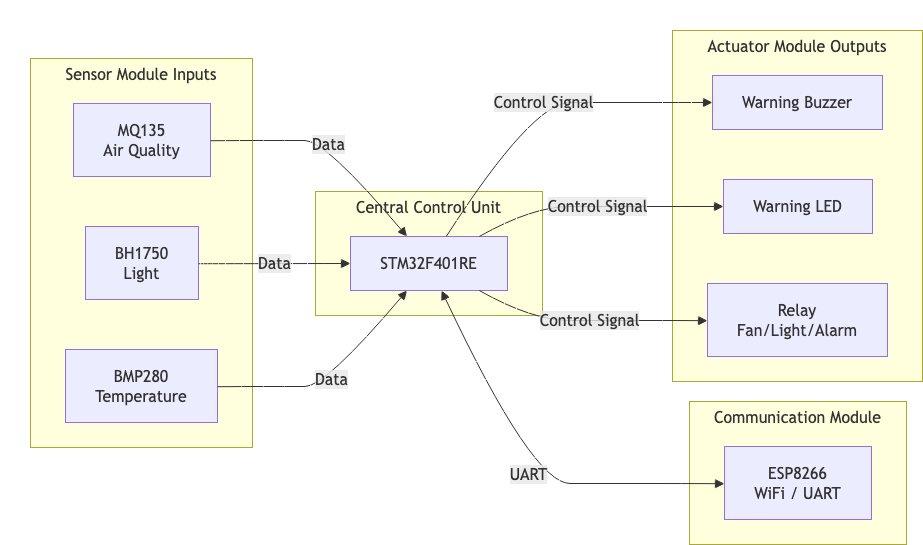
This is docs/architecture/stm32-architecture.png from jostran1406/Phase_2_Group_11, a draw.io export, as it was before one commit. Source tidied: cells renumbered, new cells last; positions are measured from the earlier drawing's top-left corner, leaving out a move shared by most shapes.
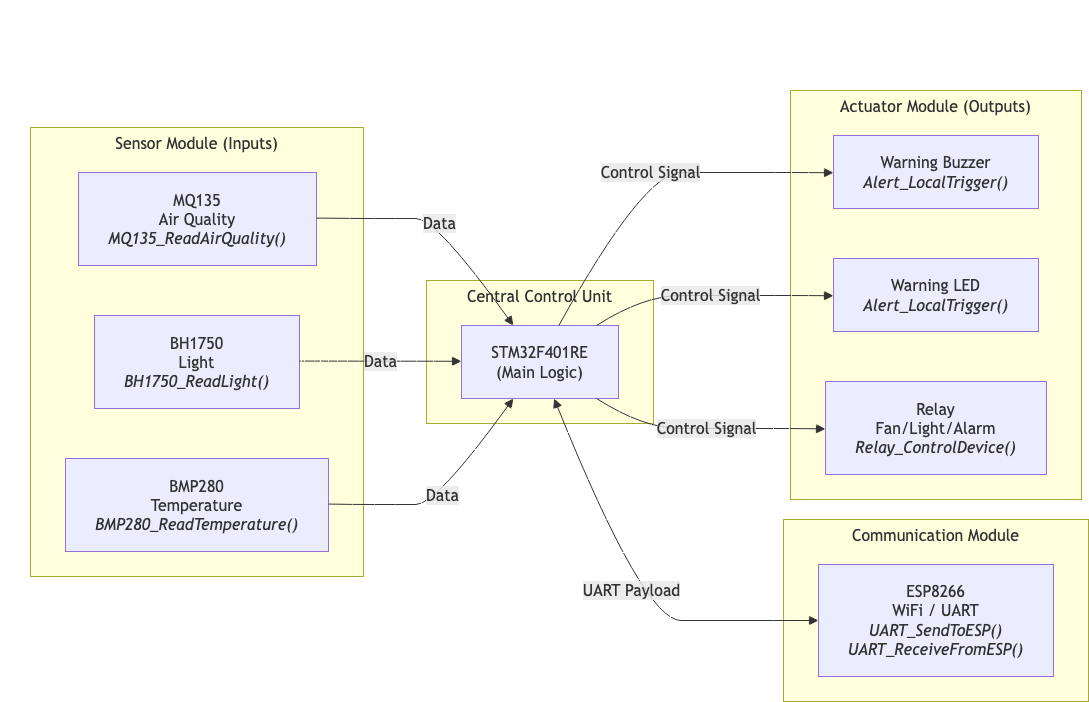
The same diagram one commit later.

What changed in the source:
```diff
@@ -5,98 +5,98 @@
     <mxCell id="2" style="group;transparentBounds=1;editIcon=1;lockedGroup=0;groupPadding=10;" parent="1" vertex="1">
       <mxGeometry as="geometry" />
     </mxCell>
-    <mxCell id="3" value="Sensor Module Inputs" style="html=1;whiteSpace=wrap;strokeWidth=1;verticalAlign=top;fillColor=light-dark(#ffffde,#1f2020);strokeColor=light-dark(#aaaa33,#cccccc);fontColor=light-dark(#333333,#cccccc);fontFamily=Trebuchet MS,Verdana,Arial,sans-serif;fontSize=16;" parent="2" vertex="1">
-      <mxGeometry x="30" y="58" width="222" height="389" as="geometry" />
-    </mxCell>
-    <mxCell id="4" value="BMP280&#10;Temperature" style="html=1;whiteSpace=wrap;strokeWidth=1;fillColor=light-dark(#ECECFF,#1f2020);strokeColor=light-dark(#9370DB,#cccccc);fontColor=light-dark(#333333,#cccccc);fontFamily=Trebuchet MS,Verdana,Arial,sans-serif;fontSize=16;" parent="3" vertex="1">
-      <mxGeometry x="35" y="291" width="152" height="73" as="geometry" />
-    </mxCell>
-    <mxCell id="5" value="BH1750&#10;Light" style="html=1;whiteSpace=wrap;strokeWidth=1;fillColor=light-dark(#ECECFF,#1f2020);strokeColor=light-dark(#9370DB,#cccccc);fontColor=light-dark(#333333,#cccccc);fontFamily=Trebuchet MS,Verdana,Arial,sans-serif;fontSize=16;" parent="3" vertex="1">
-      <mxGeometry x="55" y="168" width="113" height="73" as="geometry" />
-    </mxCell>
-    <mxCell id="6" value="MQ135&#10;Air Quality" style="html=1;whiteSpace=wrap;strokeWidth=1;fillColor=light-dark(#ECECFF,#1f2020);strokeColor=light-dark(#9370DB,#cccccc);fontColor=light-dark(#333333,#cccccc);fontFamily=Trebuchet MS,Verdana,Arial,sans-serif;fontSize=16;" parent="3" vertex="1">
-      <mxGeometry x="43" y="45" width="137" height="73" as="geometry" />
-    </mxCell>
+    <mxCell id="22" value="Sensor Module (Inputs)" style="html=1;whiteSpace=wrap;strokeWidth=1;verticalAlign=top;fillColor=light-dark(#ffffde,#1f2020);strokeColor=light-dark(#aaaa33,#cccccc);fontColor=light-dark(#333333,#cccccc);fontFamily=Trebuchet MS,Verdana,Arial,sans-serif;fontSize=16;" parent="2" vertex="1">
+      <mxGeometry x="30" y="127" width="333" height="449" as="geometry" />
+    </mxCell>
+    <mxCell id="23" value="BMP280&#10;Temperature&#10;&lt;i&gt;BMP280_ReadTemperature()&lt;/i&gt;" style="html=1;whiteSpace=wrap;strokeWidth=1;fillColor=light-dark(#ECECFF,#1f2020);strokeColor=light-dark(#9370DB,#cccccc);fontColor=light-dark(#333333,#cccccc);fontFamily=Trebuchet MS,Verdana,Arial,sans-serif;fontSize=16;" parent="22" vertex="1">
+      <mxGeometry x="35" y="331" width="263" height="93" as="geometry" />
+    </mxCell>
+    <mxCell id="24" value="BH1750&#10;Light&#10;&lt;i&gt;BH1750_ReadLight()&lt;/i&gt;" style="html=1;whiteSpace=wrap;strokeWidth=1;fillColor=light-dark(#ECECFF,#1f2020);strokeColor=light-dark(#9370DB,#cccccc);fontColor=light-dark(#333333,#cccccc);fontFamily=Trebuchet MS,Verdana,Arial,sans-serif;fontSize=16;" parent="22" vertex="1">
+      <mxGeometry x="64" y="188" width="205" height="93" as="geometry" />
+    </mxCell>
+    <mxCell id="25" value="MQ135&#10;Air Quality&#10;&lt;i&gt;MQ135_ReadAirQuality()&lt;/i&gt;" style="html=1;whiteSpace=wrap;strokeWidth=1;fillColor=light-dark(#ECECFF,#1f2020);strokeColor=light-dark(#9370DB,#cccccc);fontColor=light-dark(#333333,#cccccc);fontFamily=Trebuchet MS,Verdana,Arial,sans-serif;fontSize=16;" parent="22" vertex="1">
+      <mxGeometry x="48" y="45" width="238" height="93" as="geometry" />
+    </mxCell>
     <mxCell id="7" value="Central Control Unit" style="html=1;whiteSpace=wrap;strokeWidth=1;verticalAlign=top;fillColor=light-dark(#ffffde,#1f2020);strokeColor=light-dark(#aaaa33,#cccccc);fontColor=light-dark(#333333,#cccccc);fontFamily=Trebuchet MS,Verdana,Arial,sans-serif;fontSize=16;" parent="2" vertex="1">
-      <mxGeometry x="315" y="191" width="227" height="124" as="geometry" />
+      <mxGeometry x="426" y="280" width="227" height="143" as="geometry" />
     </mxCell>
-    <mxCell id="8" value="STM32F401RE" style="html=1;whiteSpace=wrap;strokeWidth=1;fillColor=light-dark(#ECECFF,#1f2020);strokeColor=light-dark(#9370DB,#cccccc);fontColor=light-dark(#333333,#cccccc);fontFamily=Trebuchet MS,Verdana,Arial,sans-serif;fontSize=16;" parent="7" vertex="1">
-      <mxGeometry x="35" y="45" width="157" height="54" as="geometry" />
-    </mxCell>
+    <mxCell id="26" value="STM32F401RE&#10;(Main Logic)" style="html=1;whiteSpace=wrap;strokeWidth=1;fillColor=light-dark(#ECECFF,#1f2020);strokeColor=light-dark(#9370DB,#cccccc);fontColor=light-dark(#333333,#cccccc);fontFamily=Trebuchet MS,Verdana,Arial,sans-serif;fontSize=16;" parent="7" vertex="1">
+      <mxGeometry x="35" y="45" width="157" height="73" as="geometry" />
+    </mxCell>
     <mxCell id="9" value="Communication Module" style="html=1;whiteSpace=wrap;strokeWidth=1;verticalAlign=top;fillColor=light-dark(#ffffde,#1f2020);strokeColor=light-dark(#aaaa33,#cccccc);fontColor=light-dark(#333333,#cccccc);fontFamily=Trebuchet MS,Verdana,Arial,sans-serif;fontSize=16;" parent="2" vertex="1">
-      <mxGeometry x="689" y="401" width="217" height="143" as="geometry" />
+      <mxGeometry x="783" y="519" width="305" height="182" as="geometry" />
     </mxCell>
-    <mxCell id="10" value="ESP8266&#10;WiFi / UART" style="html=1;whiteSpace=wrap;strokeWidth=1;fillColor=light-dark(#ECECFF,#1f2020);strokeColor=light-dark(#9370DB,#cccccc);fontColor=light-dark(#333333,#cccccc);fontFamily=Trebuchet MS,Verdana,Arial,sans-serif;fontSize=16;" parent="9" vertex="1">
-      <mxGeometry x="35" y="45" width="147" height="73" as="geometry" />
-    </mxCell>
-    <mxCell id="11" value="Actuator Module Outputs" style="html=1;whiteSpace=wrap;strokeWidth=1;verticalAlign=top;fillColor=light-dark(#ffffde,#1f2020);strokeColor=light-dark(#aaaa33,#cccccc);fontColor=light-dark(#333333,#cccccc);fontFamily=Trebuchet MS,Verdana,Arial,sans-serif;fontSize=16;" parent="2" vertex="1">
-      <mxGeometry x="672" y="30" width="250" height="351" as="geometry" />
-    </mxCell>
-    <mxCell id="12" value="Relay&#10;Fan/Light/Alarm" style="html=1;whiteSpace=wrap;strokeWidth=1;fillColor=light-dark(#ECECFF,#1f2020);strokeColor=light-dark(#9370DB,#cccccc);fontColor=light-dark(#333333,#cccccc);fontFamily=Trebuchet MS,Verdana,Arial,sans-serif;fontSize=16;" parent="11" vertex="1">
-      <mxGeometry x="35" y="253" width="180" height="73" as="geometry" />
-    </mxCell>
-    <mxCell id="13" value="Warning LED" style="html=1;whiteSpace=wrap;strokeWidth=1;fillColor=light-dark(#ECECFF,#1f2020);strokeColor=light-dark(#9370DB,#cccccc);fontColor=light-dark(#333333,#cccccc);fontFamily=Trebuchet MS,Verdana,Arial,sans-serif;fontSize=16;" parent="11" vertex="1">
-      <mxGeometry x="51" y="149" width="149" height="54" as="geometry" />
-    </mxCell>
-    <mxCell id="14" value="Warning Buzzer" style="html=1;whiteSpace=wrap;strokeWidth=1;fillColor=light-dark(#ECECFF,#1f2020);strokeColor=light-dark(#9370DB,#cccccc);fontColor=light-dark(#333333,#cccccc);fontFamily=Trebuchet MS,Verdana,Arial,sans-serif;fontSize=16;" parent="11" vertex="1">
-      <mxGeometry x="40" y="45" width="170" height="54" as="geometry" />
-    </mxCell>
-    <mxCell id="15" value="Data" style="curved=1;startArrow=none;endArrow=block;endSize=7;strokeColor=light-dark(#333333,#cccccc);html=1;fontSize=16;labelBackgroundColor=light-dark(#E8E8E88D,#2a2a2a8D);fontFamily=Trebuchet MS,Verdana,Arial,sans-serif;fontColor=light-dark(#333333,#cccccc);exitX=1;exitY=0.51;entryX=0.36;entryY=1;rounded=0;" parent="2" edge="1" source="4" target="8">
-      <mxGeometry relative="1" as="geometry">
-        <Array as="points">
-          <mxPoint x="242" y="386" />
-          <mxPoint x="284" y="386" />
-          <mxPoint x="325" y="386" />
-        </Array>
-      </mxGeometry>
-    </mxCell>
-    <mxCell id="16" value="Data" style="curved=1;startArrow=none;endArrow=block;endSize=7;strokeColor=light-dark(#333333,#cccccc);html=1;fontSize=16;labelBackgroundColor=light-dark(#E8E8E88D,#2a2a2a8D);fontFamily=Trebuchet MS,Verdana,Arial,sans-serif;fontColor=light-dark(#333333,#cccccc);exitX=1;exitY=0.51;entryX=0;entryY=0.5;rounded=0;" parent="2" edge="1" source="5" target="8">
-      <mxGeometry relative="1" as="geometry" />
-    </mxCell>
-    <mxCell id="17" value="Data" style="curved=1;startArrow=none;endArrow=block;endSize=7;strokeColor=light-dark(#333333,#cccccc);html=1;fontSize=16;labelBackgroundColor=light-dark(#E8E8E88D,#2a2a2a8D);fontFamily=Trebuchet MS,Verdana,Arial,sans-serif;fontColor=light-dark(#333333,#cccccc);exitX=1;exitY=0.51;entryX=0.36;entryY=0;rounded=0;" parent="2" edge="1" source="6" target="8">
-      <mxGeometry relative="1" as="geometry">
-        <Array as="points">
-          <mxPoint x="242" y="140" />
-          <mxPoint x="284" y="140" />
-          <mxPoint x="325" y="140" />
-        </Array>
-      </mxGeometry>
-    </mxCell>
-    <mxCell id="18" value="UART" style="curved=1;startArrow=block;startSize=7;endArrow=block;endSize=7;strokeColor=light-dark(#333333,#cccccc);html=1;fontSize=16;labelBackgroundColor=light-dark(#E8E8E88D,#2a2a2a8D);fontFamily=Trebuchet MS,Verdana,Arial,sans-serif;fontColor=light-dark(#333333,#cccccc);exitX=0.58;exitY=1;entryX=0;entryY=0.51;rounded=0;" parent="2" edge="1" source="8" target="10">
-      <mxGeometry relative="1" as="geometry">
-        <Array as="points">
-          <mxPoint x="532" y="483" />
-          <mxPoint x="607" y="483" />
-          <mxPoint x="682" y="483" />
-        </Array>
-      </mxGeometry>
-    </mxCell>
-    <mxCell id="19" value="Control Signal" style="curved=1;startArrow=none;endArrow=block;endSize=7;strokeColor=light-dark(#333333,#cccccc);html=1;fontSize=16;labelBackgroundColor=light-dark(#E8E8E88D,#2a2a2a8D);fontFamily=Trebuchet MS,Verdana,Arial,sans-serif;fontColor=light-dark(#333333,#cccccc);exitX=0.82;exitY=1;entryX=0;entryY=0.51;rounded=0;" parent="2" edge="1" source="8" target="12">
-      <mxGeometry relative="1" as="geometry">
-        <Array as="points">
-          <mxPoint x="532" y="320" />
-          <mxPoint x="607" y="320" />
-          <mxPoint x="682" y="320" />
-        </Array>
-      </mxGeometry>
-    </mxCell>
-    <mxCell id="20" value="Control Signal" style="curved=1;startArrow=none;endArrow=block;endSize=7;strokeColor=light-dark(#333333,#cccccc);html=1;fontSize=16;labelBackgroundColor=light-dark(#E8E8E88D,#2a2a2a8D);fontFamily=Trebuchet MS,Verdana,Arial,sans-serif;fontColor=light-dark(#333333,#cccccc);exitX=0.82;exitY=0;entryX=0;entryY=0.5;rounded=0;" parent="2" edge="1" source="8" target="13">
-      <mxGeometry relative="1" as="geometry">
-        <Array as="points">
-          <mxPoint x="532" y="206" />
-          <mxPoint x="607" y="206" />
-          <mxPoint x="682" y="206" />
-        </Array>
-      </mxGeometry>
-    </mxCell>
-    <mxCell id="21" value="Control Signal" style="curved=1;startArrow=none;endArrow=block;endSize=7;strokeColor=light-dark(#333333,#cccccc);html=1;fontSize=16;labelBackgroundColor=light-dark(#E8E8E88D,#2a2a2a8D);fontFamily=Trebuchet MS,Verdana,Arial,sans-serif;fontColor=light-dark(#333333,#cccccc);exitX=0.61;exitY=0;entryX=0;entryY=0.5;rounded=0;" parent="2" edge="1" source="8" target="14">
-      <mxGeometry relative="1" as="geometry">
-        <Array as="points">
-          <mxPoint x="532" y="102" />
-          <mxPoint x="607" y="102" />
-          <mxPoint x="682" y="102" />
-        </Array>
-      </mxGeometry>
-    </mxCell>
+    <mxCell id="27" value="ESP8266&#10;WiFi / UART&#10;&lt;i&gt;UART_SendToESP()&lt;/i&gt;&#10;&lt;i&gt;UART_ReceiveFromESP()&lt;/i&gt;" style="html=1;whiteSpace=wrap;strokeWidth=1;fillColor=light-dark(#ECECFF,#1f2020);strokeColor=light-dark(#9370DB,#cccccc);fontColor=light-dark(#333333,#cccccc);fontFamily=Trebuchet MS,Verdana,Arial,sans-serif;fontSize=16;" parent="9" vertex="1">
+      <mxGeometry x="35" y="45" width="235" height="112" as="geometry" />
+    </mxCell>
+    <mxCell id="28" value="Actuator Module (Outputs)" style="html=1;whiteSpace=wrap;strokeWidth=1;verticalAlign=top;fillColor=light-dark(#ffffde,#1f2020);strokeColor=light-dark(#aaaa33,#cccccc);fontColor=light-dark(#333333,#cccccc);fontFamily=Trebuchet MS,Verdana,Arial,sans-serif;fontSize=16;" parent="2" vertex="1">
+      <mxGeometry x="790" y="90" width="291" height="409" as="geometry" />
+    </mxCell>
+    <mxCell id="29" value="Relay&#10;Fan/Light/Alarm&#10;&lt;i&gt;Relay_ControlDevice()&lt;/i&gt;" style="html=1;whiteSpace=wrap;strokeWidth=1;fillColor=light-dark(#ECECFF,#1f2020);strokeColor=light-dark(#9370DB,#cccccc);fontColor=light-dark(#333333,#cccccc);fontFamily=Trebuchet MS,Verdana,Arial,sans-serif;fontSize=16;" parent="28" vertex="1">
+      <mxGeometry x="35" y="291" width="221" height="93" as="geometry" />
+    </mxCell>
+    <mxCell id="30" value="Warning LED&#10;&lt;i&gt;Alert_LocalTrigger()&lt;/i&gt;" style="html=1;whiteSpace=wrap;strokeWidth=1;fillColor=light-dark(#ECECFF,#1f2020);strokeColor=light-dark(#9370DB,#cccccc);fontColor=light-dark(#333333,#cccccc);fontFamily=Trebuchet MS,Verdana,Arial,sans-serif;fontSize=16;" parent="28" vertex="1">
+      <mxGeometry x="43" y="168" width="205" height="73" as="geometry" />
+    </mxCell>
+    <mxCell id="31" value="Warning Buzzer&#10;&lt;i&gt;Alert_LocalTrigger()&lt;/i&gt;" style="html=1;whiteSpace=wrap;strokeWidth=1;fillColor=light-dark(#ECECFF,#1f2020);strokeColor=light-dark(#9370DB,#cccccc);fontColor=light-dark(#333333,#cccccc);fontFamily=Trebuchet MS,Verdana,Arial,sans-serif;fontSize=16;" parent="28" vertex="1">
+      <mxGeometry x="43" y="45" width="205" height="73" as="geometry" />
+    </mxCell>
+    <mxCell id="32" value="Data" style="curved=1;startArrow=none;endArrow=block;endSize=7;strokeColor=light-dark(#333333,#cccccc);html=1;fontSize=16;labelBackgroundColor=light-dark(#E8E8E88D,#2a2a2a8D);fontFamily=Trebuchet MS,Verdana,Arial,sans-serif;fontColor=light-dark(#333333,#cccccc);exitX=1;exitY=0.49;entryX=0.33;entryY=1;rounded=0;" parent="2" edge="1" source="23" target="26">
+      <mxGeometry relative="1" as="geometry">
+        <Array as="points">
+          <mxPoint x="353" y="504" />
+          <mxPoint x="395" y="504" />
+          <mxPoint x="436" y="504" />
+        </Array>
+      </mxGeometry>
+    </mxCell>
+    <mxCell id="33" value="Data" style="curved=1;startArrow=none;endArrow=block;endSize=7;strokeColor=light-dark(#333333,#cccccc);html=1;fontSize=16;labelBackgroundColor=light-dark(#E8E8E88D,#2a2a2a8D);fontFamily=Trebuchet MS,Verdana,Arial,sans-serif;fontColor=light-dark(#333333,#cccccc);exitX=1;exitY=0.49;entryX=0;entryY=0.49;rounded=0;" parent="2" edge="1" source="24" target="26">
+      <mxGeometry relative="1" as="geometry" />
+    </mxCell>
+    <mxCell id="34" value="Data" style="curved=1;startArrow=none;endArrow=block;endSize=7;strokeColor=light-dark(#333333,#cccccc);html=1;fontSize=16;labelBackgroundColor=light-dark(#E8E8E88D,#2a2a2a8D);fontFamily=Trebuchet MS,Verdana,Arial,sans-serif;fontColor=light-dark(#333333,#cccccc);exitX=1;exitY=0.49;entryX=0.33;entryY=0;rounded=0;" parent="2" edge="1" source="25" target="26">
+      <mxGeometry relative="1" as="geometry">
+        <Array as="points">
+          <mxPoint x="353" y="218" />
+          <mxPoint x="395" y="218" />
+          <mxPoint x="436" y="218" />
+        </Array>
+      </mxGeometry>
+    </mxCell>
+    <mxCell id="35" value="UART Payload" style="curved=1;startArrow=block;startSize=7;endArrow=block;endSize=7;strokeColor=light-dark(#333333,#cccccc);html=1;fontSize=16;labelBackgroundColor=light-dark(#E8E8E88D,#2a2a2a8D);fontFamily=Trebuchet MS,Verdana,Arial,sans-serif;fontColor=light-dark(#333333,#cccccc);exitX=0.59;exitY=1;entryX=0;entryY=0.5;rounded=0;" parent="2" edge="1" source="26" target="27">
+      <mxGeometry relative="1" as="geometry">
+        <Array as="points">
+          <mxPoint x="643" y="620" />
+          <mxPoint x="718" y="620" />
+          <mxPoint x="793" y="620" />
+        </Array>
+      </mxGeometry>
+    </mxCell>
+    <mxCell id="36" value="Control Signal" style="curved=1;startArrow=none;endArrow=block;endSize=7;strokeColor=light-dark(#333333,#cccccc);html=1;fontSize=16;labelBackgroundColor=light-dark(#E8E8E88D,#2a2a2a8D);fontFamily=Trebuchet MS,Verdana,Arial,sans-serif;fontColor=light-dark(#333333,#cccccc);exitX=0.86;exitY=1;entryX=0;entryY=0.51;rounded=0;" parent="2" edge="1" source="26" target="29">
+      <mxGeometry relative="1" as="geometry">
+        <Array as="points">
+          <mxPoint x="643" y="428" />
+          <mxPoint x="718" y="428" />
+          <mxPoint x="793" y="428" />
+        </Array>
+      </mxGeometry>
+    </mxCell>
+    <mxCell id="37" value="Control Signal" style="curved=1;startArrow=none;endArrow=block;endSize=7;strokeColor=light-dark(#333333,#cccccc);html=1;fontSize=16;labelBackgroundColor=light-dark(#E8E8E88D,#2a2a2a8D);fontFamily=Trebuchet MS,Verdana,Arial,sans-serif;fontColor=light-dark(#333333,#cccccc);exitX=0.86;exitY=0;entryX=0;entryY=0.51;rounded=0;" parent="2" edge="1" source="26" target="30">
+      <mxGeometry relative="1" as="geometry">
+        <Array as="points">
+          <mxPoint x="643" y="295" />
+          <mxPoint x="718" y="295" />
+          <mxPoint x="793" y="295" />
+        </Array>
+      </mxGeometry>
+    </mxCell>
+    <mxCell id="38" value="Control Signal" style="curved=1;startArrow=none;endArrow=block;endSize=7;strokeColor=light-dark(#333333,#cccccc);html=1;fontSize=16;labelBackgroundColor=light-dark(#E8E8E88D,#2a2a2a8D);fontFamily=Trebuchet MS,Verdana,Arial,sans-serif;fontColor=light-dark(#333333,#cccccc);exitX=0.62;exitY=0;entryX=0;entryY=0.51;rounded=0;" parent="2" edge="1" source="26" target="31">
+      <mxGeometry relative="1" as="geometry">
+        <Array as="points">
+          <mxPoint x="643" y="172" />
+          <mxPoint x="718" y="172" />
+          <mxPoint x="793" y="172" />
+        </Array>
+      </mxGeometry>
+    </mxCell>
   </root>
 </mxGraphModel>
```
